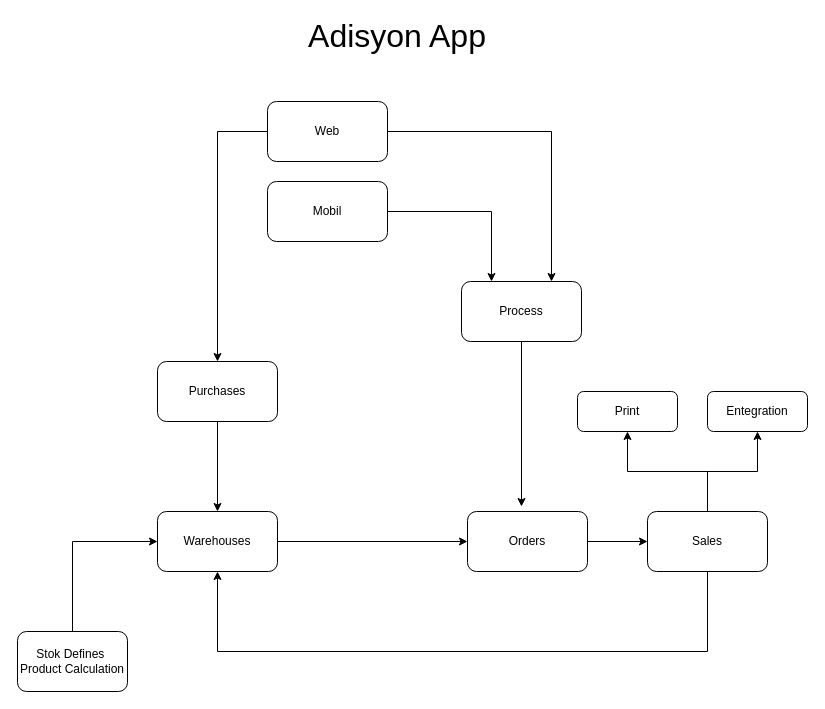
Before: page "Adisyon App Diagram" (1 of 4) of adisyon.drawio in devmehmetyildiz/Adisyon, a draw.io diagram. Source tidied: cells renumbered, new cells numbered last; positions are measured from the earlier drawing's top-left corner, leaving out a move shared by most shapes. Both pictures are drawn from the tidied source at 100%, with x=0, y=0 at pixel (17, 21).
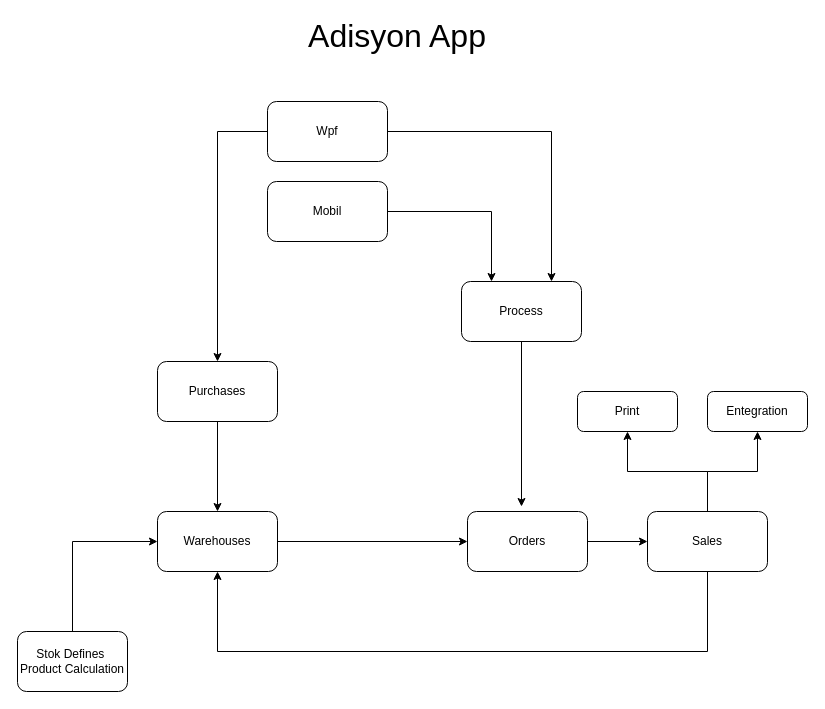
The same diagram, later.

Change to the diagram source:
```diff
@@
-    <mxCell id="16" value="Web" style="rounded=1;whiteSpace=wrap;html=1;" parent="1" vertex="1">
+    <mxCell id="16" value="Wpf" style="rounded=1;whiteSpace=wrap;html=1;" parent="1" vertex="1">
       <mxGeometry x="250" y="80" width="120" height="60" as="geometry" />
     </mxCell>
```
